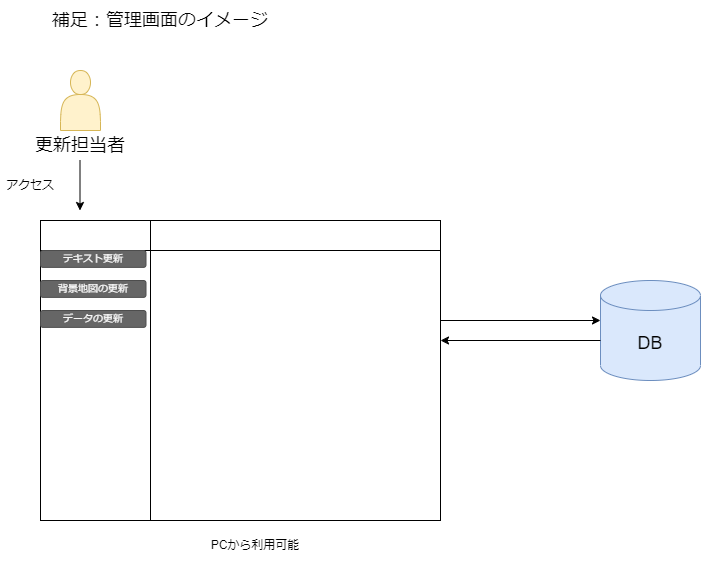
buyodo/webgis-doc keeps this draw.io diagram as 補足.drawio.png. Above is the earlier version. Source tidied: cells renumbered, new cells last; positions are measured from the earlier drawing's top-left corner, leaving out a move shared by most shapes.
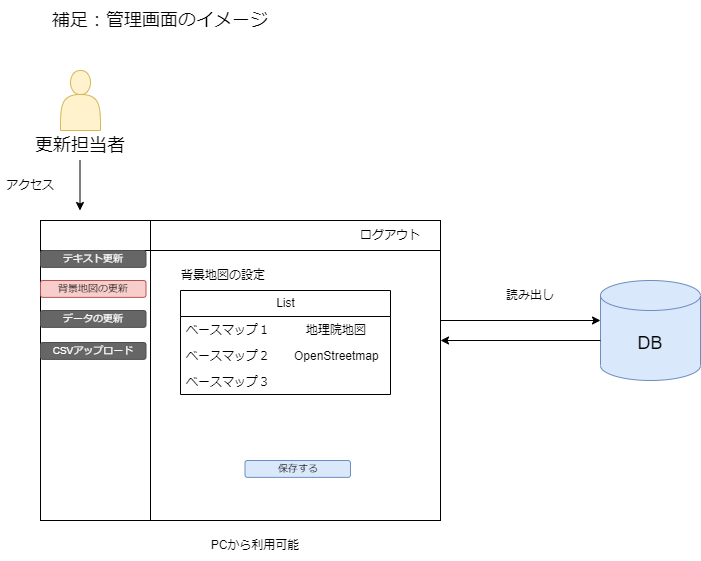
After the change.

Commit message:
補足.drawio.png を更新します

The edit, as a diff of the source:
```diff
@@ -36,7 +36,7 @@
     <mxCell id="10" value="テキスト更新" style="rounded=1;html=1;shadow=0;dashed=0;whiteSpace=wrap;fontSize=10;fillColor=#666666;align=center;strokeColor=#4D4D4D;fontColor=#ffffff;" parent="1" vertex="1">
       <mxGeometry x="40" y="250" width="105.5" height="16.9" as="geometry" />
     </mxCell>
-    <mxCell id="11" value="背景地図の更新" style="rounded=1;html=1;shadow=0;dashed=0;whiteSpace=wrap;fontSize=10;fillColor=#666666;align=center;strokeColor=#4D4D4D;fontColor=#ffffff;" parent="1" vertex="1">
+    <mxCell id="11" value="背景地図の更新" style="rounded=1;html=1;shadow=0;dashed=0;whiteSpace=wrap;fontSize=10;fillColor=#f8cecc;align=center;strokeColor=#b85450;" parent="1" vertex="1">
       <mxGeometry x="40" y="280" width="105.5" height="16.9" as="geometry" />
     </mxCell>
     <mxCell id="12" value="データの更新" style="rounded=1;html=1;shadow=0;dashed=0;whiteSpace=wrap;fontSize=10;fillColor=#666666;align=center;strokeColor=#4D4D4D;fontColor=#ffffff;" parent="1" vertex="1">
@@ -48,5 +48,32 @@
     <mxCell id="14" value="PCから利用可能" style="text;html=1;strokeColor=none;fillColor=none;align=center;verticalAlign=middle;whiteSpace=wrap;rounded=0;fontSize=12;" parent="1" vertex="1">
       <mxGeometry x="180" y="530" width="150" height="30" as="geometry" />
     </mxCell>
+    <mxCell id="15" value="読み出し" style="text;html=1;strokeColor=none;fillColor=none;align=center;verticalAlign=middle;whiteSpace=wrap;rounded=0;fontSize=12;" parent="1" vertex="1">
+      <mxGeometry x="500" y="280" width="60" height="30" as="geometry" />
+    </mxCell>
+    <mxCell id="16" value="ログアウト" style="text;html=1;strokeColor=none;fillColor=none;align=center;verticalAlign=middle;whiteSpace=wrap;rounded=0;" parent="1" vertex="1">
+      <mxGeometry x="350" y="220" width="80" height="30" as="geometry" />
+    </mxCell>
+    <mxCell id="17" value="CSVアップロード" style="rounded=1;html=1;shadow=0;dashed=0;whiteSpace=wrap;fontSize=10;fillColor=#666666;align=center;strokeColor=#4D4D4D;fontColor=#ffffff;" parent="1" vertex="1">
+      <mxGeometry x="40" y="342" width="105.5" height="16.9" as="geometry" />
+    </mxCell>
+    <mxCell id="18" value="保存する" style="rounded=1;html=1;shadow=0;dashed=0;whiteSpace=wrap;fontSize=10;fillColor=#dae8fc;align=center;strokeColor=#6c8ebf;" parent="1" vertex="1">
+      <mxGeometry x="244.5" y="460" width="105.5" height="16.9" as="geometry" />
+    </mxCell>
+    <mxCell id="19" value="背景地図の設定" style="text;html=1;strokeColor=none;fillColor=none;align=center;verticalAlign=middle;whiteSpace=wrap;rounded=0;fontSize=12;" parent="1" vertex="1">
+      <mxGeometry x="180" y="260" width="85.5" height="30" as="geometry" />
+    </mxCell>
+    <mxCell id="20" value="List" style="swimlane;fontStyle=0;horizontal=1;startSize=26;fillColor=none;html=1;" parent="1" vertex="1">
+      <mxGeometry x="180" y="290" width="210" height="104" as="geometry" />
+    </mxCell>
+    <mxCell id="21" value="ベースマップ１　　　地理院地図" style="text;strokeColor=none;fillColor=none;align=left;verticalAlign=top;spacingLeft=4;spacingRight=4;overflow=hidden;whiteSpace=wrap;html=1;" parent="20" vertex="1">
+      <mxGeometry y="26" width="210" height="26" as="geometry" />
+    </mxCell>
+    <mxCell id="22" value="ベースマップ２　　OpenStreetmap" style="text;strokeColor=none;fillColor=none;align=left;verticalAlign=top;spacingLeft=4;spacingRight=4;overflow=hidden;whiteSpace=wrap;html=1;" parent="20" vertex="1">
+      <mxGeometry y="52" width="210" height="26" as="geometry" />
+    </mxCell>
+    <mxCell id="23" value="ベースマップ３" style="text;strokeColor=none;fillColor=none;align=left;verticalAlign=top;spacingLeft=4;spacingRight=4;overflow=hidden;whiteSpace=wrap;html=1;" parent="20" vertex="1">
+      <mxGeometry y="78" width="210" height="26" as="geometry" />
+    </mxCell>
   </root>
 </mxGraphModel>
```
